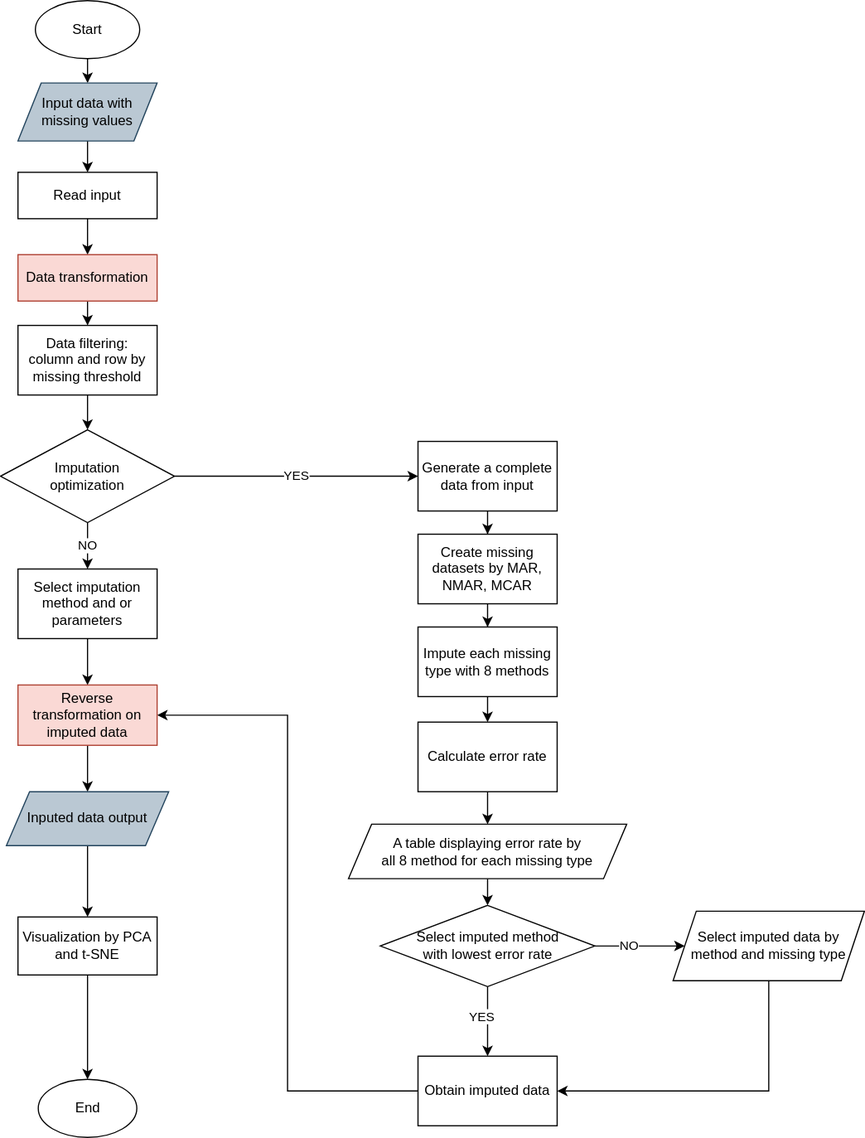
Above: Implimet.svg in janiceou/website_log (draw.io), before the change. Source tidied: cells renumbered, new cells last; positions are measured from the earlier drawing's top-left corner, leaving out a move shared by most shapes.
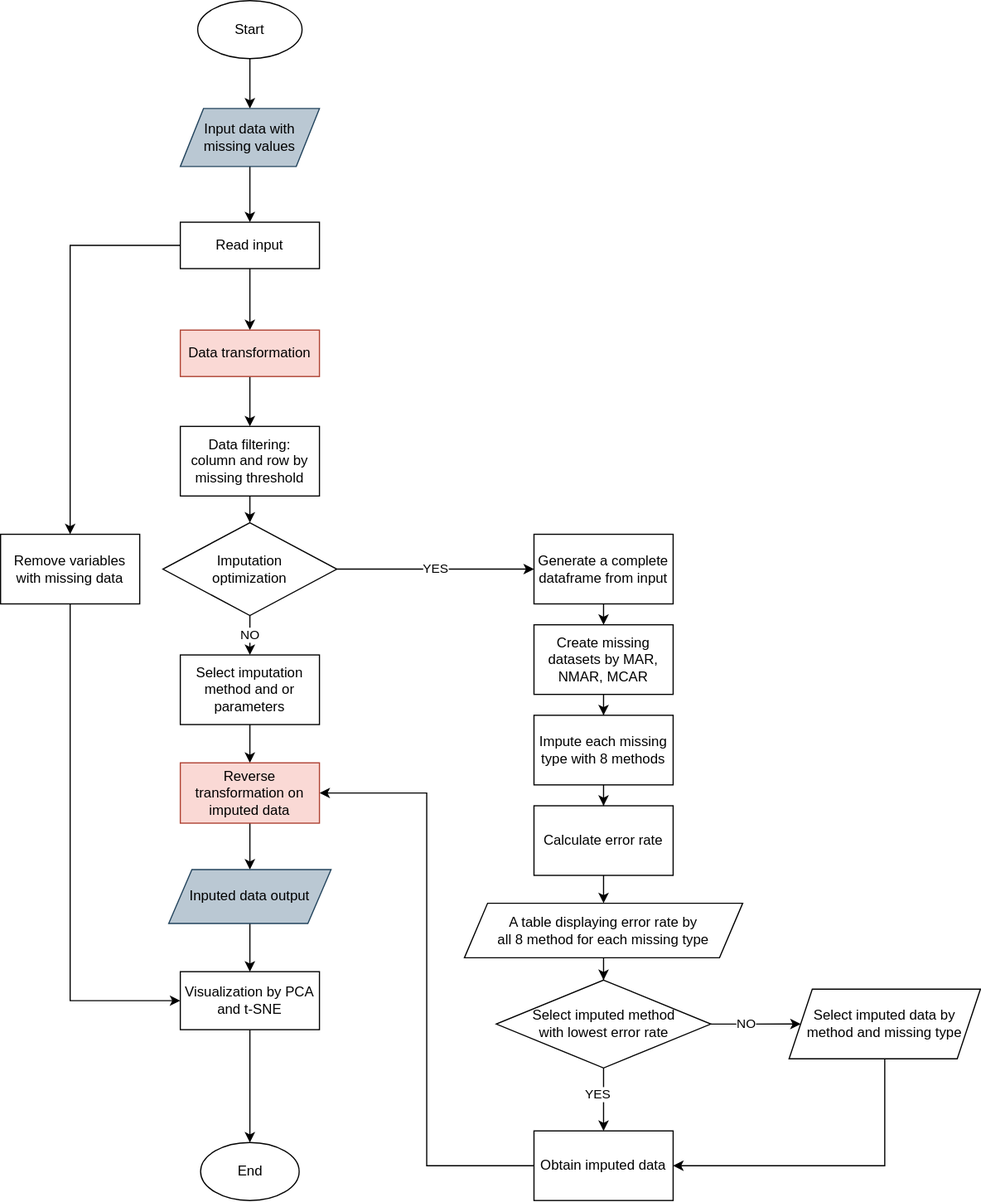
After the commit.

What changed in the source:
```diff
@@ -6,31 +6,34 @@
       <mxGeometry relative="1" as="geometry" />
     </mxCell>
     <mxCell id="3" value="Start" style="ellipse;whiteSpace=wrap;html=1;" parent="1" vertex="1">
-      <mxGeometry x="30" width="90" height="50" as="geometry" />
+      <mxGeometry x="80" y="10" width="90" height="50" as="geometry" />
     </mxCell>
     <mxCell id="4" style="edgeStyle=orthogonalEdgeStyle;rounded=0;jettySize=auto;html=1;" parent="1" edge="1" source="5" target="7">
       <mxGeometry relative="1" as="geometry" />
     </mxCell>
     <mxCell id="5" value="Input data with missing values" style="shape=parallelogram;perimeter=parallelogramPerimeter;whiteSpace=wrap;html=1;fixedSize=1;fillColor=#bac8d3;strokeColor=#23445d;" parent="1" vertex="1">
-      <mxGeometry x="15" y="71" width="120" height="50" as="geometry" />
+      <mxGeometry x="65" y="103" width="120" height="50" as="geometry" />
     </mxCell>
     <mxCell id="6" style="edgeStyle=orthogonalEdgeStyle;rounded=0;jettySize=auto;html=1;entryX=0.5;entryY=0;entryDx=0;entryDy=0;" parent="1" edge="1" source="7" target="9">
       <mxGeometry relative="1" as="geometry" />
     </mxCell>
+    <mxCell id="43" style="edgeStyle=orthogonalEdgeStyle;rounded=0;jettySize=auto;html=1;exitX=0;exitY=0.5;exitDx=0;exitDy=0;" parent="1" edge="1" source="7" target="45">
+      <mxGeometry relative="1" as="geometry" />
+    </mxCell>
     <mxCell id="7" value="Read input" style="rounded=0;whiteSpace=wrap;html=1;" parent="1" vertex="1">
-      <mxGeometry x="15" y="148" width="120" height="40" as="geometry" />
+      <mxGeometry x="65" y="201" width="120" height="40" as="geometry" />
     </mxCell>
     <mxCell id="8" style="edgeStyle=orthogonalEdgeStyle;rounded=0;jettySize=auto;html=1;" parent="1" edge="1" source="9" target="11">
       <mxGeometry relative="1" as="geometry" />
     </mxCell>
     <mxCell id="9" value="Data transformation" style="rounded=0;whiteSpace=wrap;html=1;fillColor=#fad9d5;strokeColor=#ae4132;" parent="1" vertex="1">
-      <mxGeometry x="15" y="219" width="120" height="40" as="geometry" />
+      <mxGeometry x="65" y="294" width="120" height="40" as="geometry" />
     </mxCell>
     <mxCell id="10" style="edgeStyle=orthogonalEdgeStyle;rounded=0;jettySize=auto;html=1;entryX=0.5;entryY=0;entryDx=0;entryDy=0;" parent="1" edge="1" source="11" target="14">
       <mxGeometry relative="1" as="geometry" />
     </mxCell>
     <mxCell id="11" value="Data filtering:&lt;br&gt;column and row by missing threshold" style="rounded=0;whiteSpace=wrap;html=1;" parent="1" vertex="1">
-      <mxGeometry x="15" y="280" width="120" height="60" as="geometry" />
+      <mxGeometry x="65" y="377" width="120" height="60" as="geometry" />
     </mxCell>
     <mxCell id="12" value="YES" style="edgeStyle=orthogonalEdgeStyle;rounded=0;jettySize=auto;html=1;exitX=1;exitY=0.5;exitDx=0;exitDy=0;" parent="1" edge="1" source="14" target="16">
       <mxGeometry relative="1" as="geometry" />
@@ -39,37 +42,39 @@
       <mxGeometry relative="1" as="geometry" />
     </mxCell>
     <mxCell id="14" value="Imputation &lt;br&gt;optimization" style="rhombus;whiteSpace=wrap;html=1;" parent="1" vertex="1">
-      <mxGeometry y="370" width="150" height="80" as="geometry" />
+      <mxGeometry x="50" y="460" width="150" height="80" as="geometry" />
     </mxCell>
-    <mxCell id="15" style="edgeStyle=orthogonalEdgeStyle;rounded=0;jettySize=auto;html=1;arcSize=20;" parent="1" edge="1" source="16" target="18">
-      <mxGeometry relative="1" as="geometry" />
+    <mxCell id="15" style="edgeStyle=orthogonalEdgeStyle;rounded=0;jettySize=auto;html=1;arcSize=20;" parent="1" edge="1" target="18">
+      <mxGeometry relative="1" as="geometry">
+        <mxPoint x="430" y="514.2" as="sourcePoint" />
+      </mxGeometry>
     </mxCell>
-    <mxCell id="16" value="Generate a complete data from input" style="rounded=0;whiteSpace=wrap;html=1;" parent="1" vertex="1">
-      <mxGeometry x="360" y="380" width="120" height="60" as="geometry" />
+    <mxCell id="16" value="Generate a complete dataframe from input" style="rounded=0;whiteSpace=wrap;html=1;" parent="1" vertex="1">
+      <mxGeometry x="370" y="470" width="120" height="60" as="geometry" />
     </mxCell>
     <mxCell id="17" style="edgeStyle=orthogonalEdgeStyle;rounded=0;jettySize=auto;html=1;" parent="1" edge="1" source="18" target="20">
       <mxGeometry relative="1" as="geometry" />
     </mxCell>
     <mxCell id="18" value="Create missing datasets by MAR, NMAR, MCAR" style="whiteSpace=wrap;html=1;rounded=0;" parent="1" vertex="1">
-      <mxGeometry x="360" y="460" width="120" height="60" as="geometry" />
+      <mxGeometry x="370" y="548" width="120" height="60" as="geometry" />
     </mxCell>
     <mxCell id="19" style="edgeStyle=orthogonalEdgeStyle;rounded=0;jettySize=auto;html=1;" parent="1" edge="1" source="20" target="22">
       <mxGeometry relative="1" as="geometry" />
     </mxCell>
     <mxCell id="20" value="Impute each missing type with 8 methods" style="whiteSpace=wrap;html=1;rounded=0;" parent="1" vertex="1">
-      <mxGeometry x="360" y="540" width="120" height="60" as="geometry" />
+      <mxGeometry x="370" y="626" width="120" height="60" as="geometry" />
     </mxCell>
     <mxCell id="21" style="edgeStyle=orthogonalEdgeStyle;rounded=0;jettySize=auto;html=1;" parent="1" edge="1" source="22" target="24">
       <mxGeometry relative="1" as="geometry" />
     </mxCell>
     <mxCell id="22" value="Calculate error rate" style="whiteSpace=wrap;html=1;rounded=0;" parent="1" vertex="1">
-      <mxGeometry x="360" y="622" width="120" height="60" as="geometry" />
+      <mxGeometry x="370" y="704" width="120" height="60" as="geometry" />
     </mxCell>
     <mxCell id="23" style="edgeStyle=orthogonalEdgeStyle;rounded=0;jettySize=auto;html=1;" parent="1" edge="1" source="24" target="29">
       <mxGeometry relative="1" as="geometry" />
     </mxCell>
     <mxCell id="24" value="A table displaying error rate by &lt;br&gt;all 8 method for each missing type" style="shape=parallelogram;perimeter=parallelogramPerimeter;whiteSpace=wrap;html=1;fixedSize=1;rounded=0;" parent="1" vertex="1">
-      <mxGeometry x="300" y="710" width="240" height="47" as="geometry" />
+      <mxGeometry x="310" y="788" width="240" height="47" as="geometry" />
     </mxCell>
     <mxCell id="25" style="edgeStyle=orthogonalEdgeStyle;rounded=0;jettySize=auto;html=1;" parent="1" edge="1" source="29" target="31">
       <mxGeometry relative="1" as="geometry" />
@@ -84,46 +89,52 @@
       <mxGeometry x="-0.24" y="1" relative="1" as="geometry" />
     </mxCell>
     <mxCell id="29" value="Select imputed method &lt;br&gt;with lowest error rate" style="rhombus;whiteSpace=wrap;html=1;rounded=0;" parent="1" vertex="1">
-      <mxGeometry x="327.5" y="780" width="185" height="70" as="geometry" />
+      <mxGeometry x="337.5" y="854.2" width="185" height="75.8" as="geometry" />
     </mxCell>
     <mxCell id="30" style="edgeStyle=orthogonalEdgeStyle;rounded=0;jettySize=auto;html=1;exitX=0;exitY=0.5;exitDx=0;exitDy=0;entryX=1;entryY=0.5;entryDx=0;entryDy=0;" parent="1" edge="1" source="31" target="37">
       <mxGeometry relative="1" as="geometry" />
     </mxCell>
     <mxCell id="31" value="Obtain imputed data" style="whiteSpace=wrap;html=1;rounded=0;" parent="1" vertex="1">
-      <mxGeometry x="360" y="910" width="120" height="60" as="geometry" />
+      <mxGeometry x="370" y="984.2" width="120" height="60" as="geometry" />
     </mxCell>
     <mxCell id="32" style="edgeStyle=orthogonalEdgeStyle;rounded=0;jettySize=auto;html=1;exitX=0.5;exitY=1;exitDx=0;exitDy=0;entryX=1;entryY=0.5;entryDx=0;entryDy=0;" parent="1" edge="1" source="33" target="31">
       <mxGeometry relative="1" as="geometry" />
     </mxCell>
     <mxCell id="33" value="Select imputed data by method and missing type" style="shape=parallelogram;perimeter=parallelogramPerimeter;whiteSpace=wrap;html=1;fixedSize=1;rounded=0;" parent="1" vertex="1">
-      <mxGeometry x="580" y="785" width="165" height="60" as="geometry" />
+      <mxGeometry x="590" y="862.1" width="165" height="60" as="geometry" />
     </mxCell>
     <mxCell id="34" style="edgeStyle=orthogonalEdgeStyle;rounded=0;jettySize=auto;html=1;" parent="1" edge="1" source="35" target="37">
       <mxGeometry relative="1" as="geometry" />
     </mxCell>
     <mxCell id="35" value="Select imputation method and or parameters" style="whiteSpace=wrap;html=1;" parent="1" vertex="1">
-      <mxGeometry x="15" y="490" width="120" height="60" as="geometry" />
+      <mxGeometry x="65" y="574" width="120" height="60" as="geometry" />
     </mxCell>
     <mxCell id="36" style="edgeStyle=orthogonalEdgeStyle;rounded=0;jettySize=auto;html=1;entryX=0.5;entryY=0;entryDx=0;entryDy=0;" parent="1" edge="1" source="37" target="39">
       <mxGeometry relative="1" as="geometry" />
     </mxCell>
     <mxCell id="37" value="Reverse transformation on imputed data" style="whiteSpace=wrap;html=1;fillColor=#fad9d5;strokeColor=#ae4132;" parent="1" vertex="1">
-      <mxGeometry x="15" y="590" width="120" height="52" as="geometry" />
+      <mxGeometry x="65" y="667" width="120" height="52" as="geometry" />
     </mxCell>
     <mxCell id="38" style="edgeStyle=orthogonalEdgeStyle;rounded=0;jettySize=auto;html=1;exitX=0.5;exitY=1;exitDx=0;exitDy=0;" parent="1" edge="1" source="39" target="41">
       <mxGeometry relative="1" as="geometry" />
     </mxCell>
     <mxCell id="39" value="Inputed data output" style="shape=parallelogram;perimeter=parallelogramPerimeter;whiteSpace=wrap;html=1;fixedSize=1;fillColor=#bac8d3;strokeColor=#23445d;" parent="1" vertex="1">
-      <mxGeometry x="5" y="682" width="140" height="46.5" as="geometry" />
+      <mxGeometry x="55" y="759" width="140" height="46.5" as="geometry" />
     </mxCell>
     <mxCell id="40" style="edgeStyle=orthogonalEdgeStyle;rounded=0;jettySize=auto;html=1;" parent="1" edge="1" source="41" target="42">
       <mxGeometry relative="1" as="geometry" />
     </mxCell>
     <mxCell id="41" value="Visualization by PCA and t-SNE" style="whiteSpace=wrap;html=1;" parent="1" vertex="1">
-      <mxGeometry x="15" y="790" width="120" height="50" as="geometry" />
+      <mxGeometry x="65" y="847" width="120" height="50" as="geometry" />
     </mxCell>
     <mxCell id="42" value="End" style="ellipse;whiteSpace=wrap;html=1;" parent="1" vertex="1">
-      <mxGeometry x="32.5" y="930" width="85" height="50" as="geometry" />
+      <mxGeometry x="82.5" y="994.2" width="85" height="50" as="geometry" />
     </mxCell>
+    <mxCell id="44" style="edgeStyle=orthogonalEdgeStyle;rounded=0;jettySize=auto;html=1;exitX=0.5;exitY=1;exitDx=0;exitDy=0;entryX=0;entryY=0.5;entryDx=0;entryDy=0;" parent="1" edge="1" source="45" target="41">
+      <mxGeometry relative="1" as="geometry" />
+    </mxCell>
+    <mxCell id="45" value="Remove variables with missing data" style="rounded=0;whiteSpace=wrap;html=1;" parent="1" vertex="1">
+      <mxGeometry x="-90" y="470" width="120" height="60" as="geometry" />
+    </mxCell>
   </root>
 </mxGraphModel>
```
